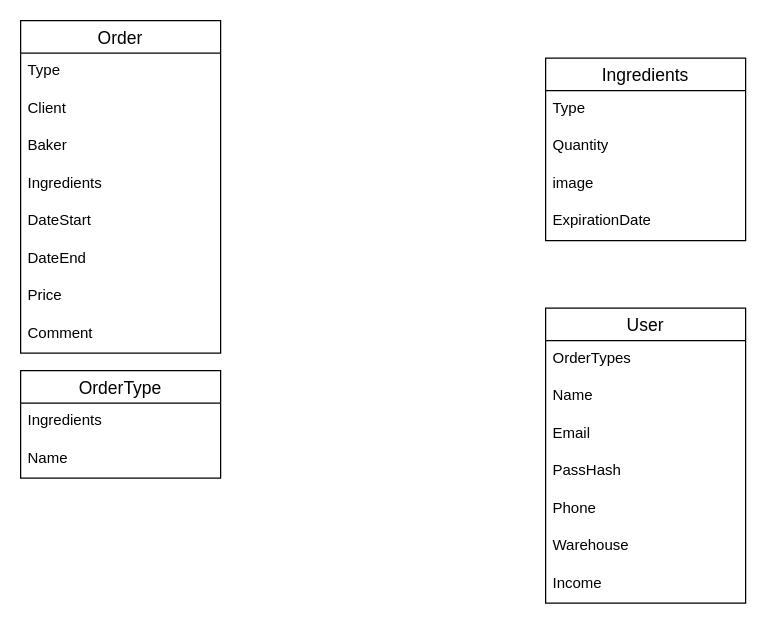
Earlier version of the draw.io diagram logic.drawio (uBake/backend). Source tidied: cells renumbered, new cells numbered last; positions are measured from the earlier drawing's top-left corner, leaving out a move shared by most shapes. Both pictures are drawn from the tidied source at 125%, with x=0, y=0 at pixel (20, 20).
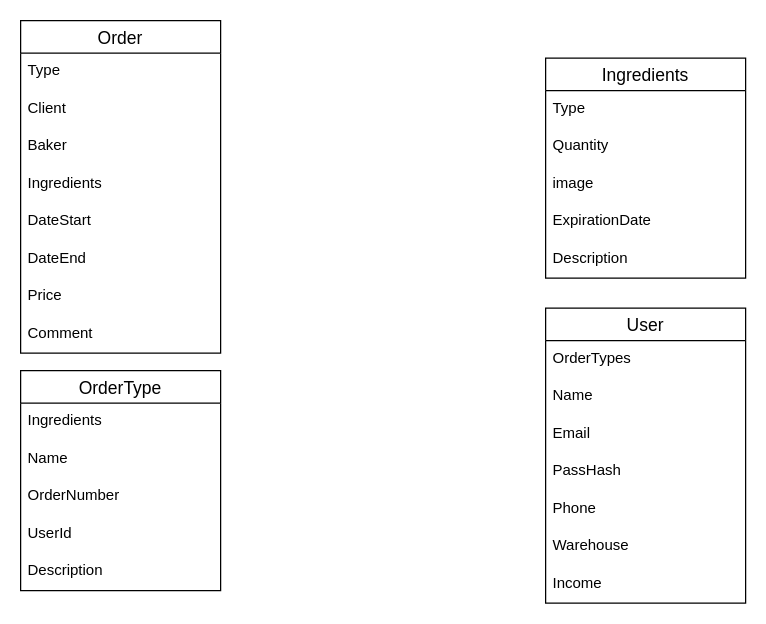
Above is the later version.

The edit, as a diff of the source:
```diff
@@
     <mxCell id="11" value="Ingredients" style="swimlane;fontStyle=0;horizontal=1;startSize=26;align=center;fontSize=14;" parent="1" vertex="1">
-      <mxGeometry x="420" y="30" width="160" height="146" as="geometry" />
+      <mxGeometry x="420" y="30" width="160" height="176" as="geometry" />
     </mxCell>
@@
+    <mxCell id="27" value="Description" style="text;strokeColor=none;fillColor=none;spacingLeft=4;spacingRight=4;overflow=hidden;fontSize=12;" parent="11" vertex="1">
+      <mxGeometry y="146" width="160" height="30" as="geometry" />
+    </mxCell>
@@
     <mxCell id="24" value="OrderType" style="swimlane;fontStyle=0;horizontal=1;startSize=26;align=center;fontSize=14;" parent="1" vertex="1">
-      <mxGeometry y="280" width="160" height="86" as="geometry" />
+      <mxGeometry y="280" width="160" height="176" as="geometry" />
     </mxCell>
@@
+    <mxCell id="28" value="OrderNumber" style="text;strokeColor=none;fillColor=none;spacingLeft=4;spacingRight=4;overflow=hidden;fontSize=12;" parent="24" vertex="1">
+      <mxGeometry y="86" width="160" height="30" as="geometry" />
+    </mxCell>
+    <mxCell id="29" value="UserId" style="text;strokeColor=none;fillColor=none;spacingLeft=4;spacingRight=4;overflow=hidden;fontSize=12;" parent="24" vertex="1">
+      <mxGeometry y="116" width="160" height="30" as="geometry" />
+    </mxCell>
+    <mxCell id="30" value="Description" style="text;strokeColor=none;fillColor=none;spacingLeft=4;spacingRight=4;overflow=hidden;fontSize=12;" parent="24" vertex="1">
+      <mxGeometry y="146" width="160" height="30" as="geometry" />
+    </mxCell>
```
